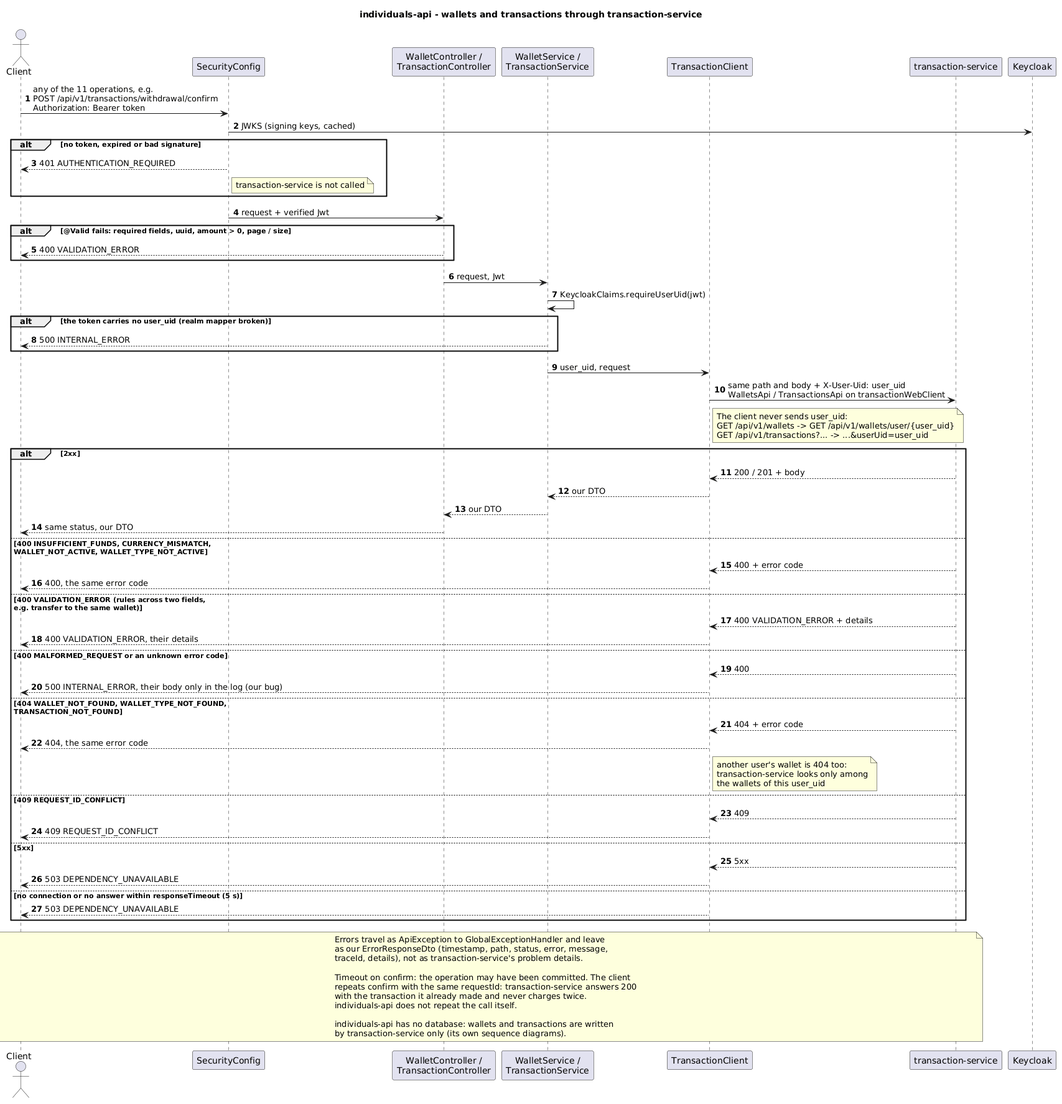
Before: individuals-api/diagrams-c4/png/en/sequence-wallets-transactions.png, a diagram exported from PlantUML (dezxxx/payment-platform).
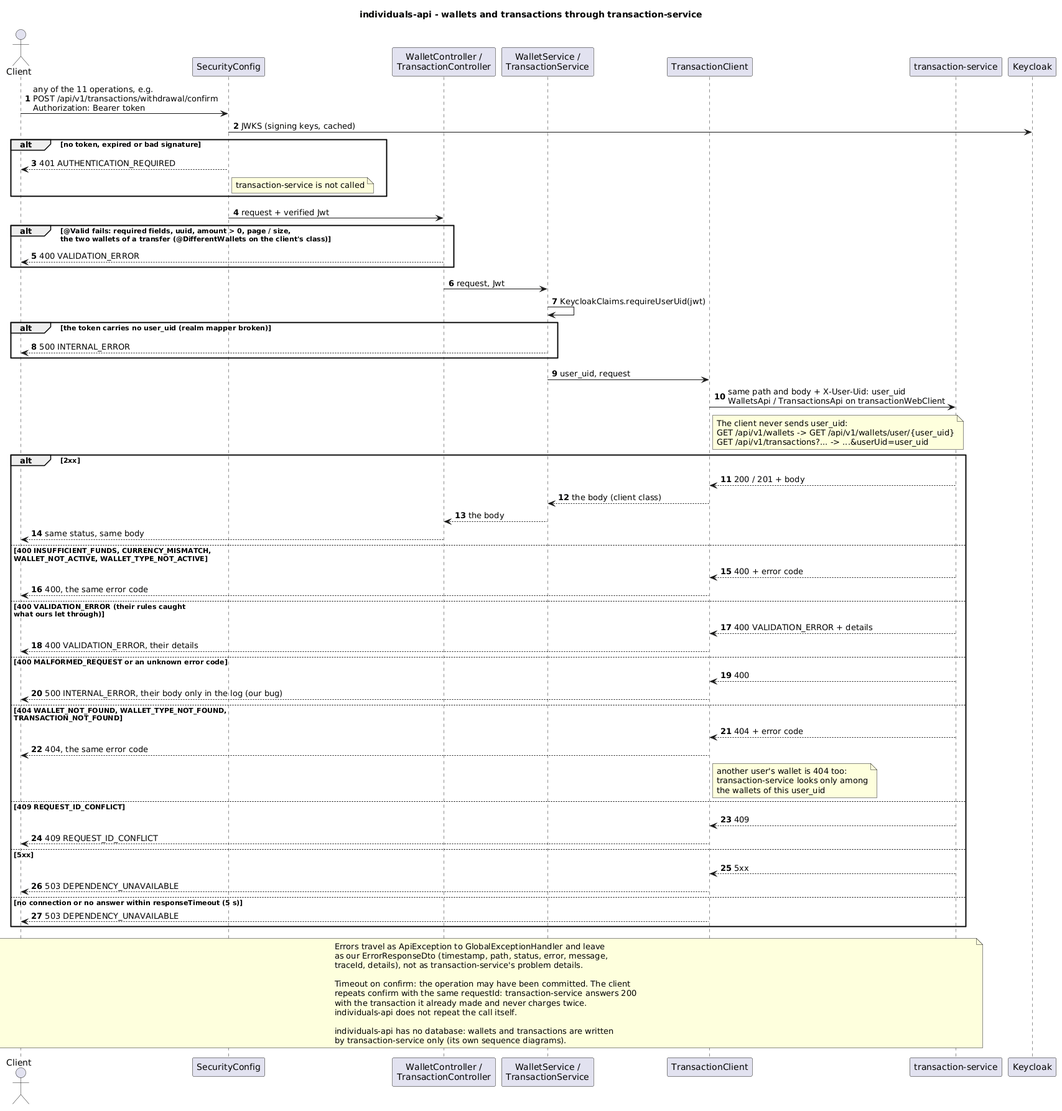
The same diagram one commit later.

Change to the diagram source:
```diff
@@ -20,7 +20,7 @@
 end
 
 Sec -> Ctl : request + verified Jwt
-alt @Valid fails: required fields, uuid, amount > 0, page / size
+alt @Valid fails: required fields, uuid, amount > 0, page / size,\nthe two wallets of a transfer (@DifferentWallets on the client's class)
   Ctl --> Client : 400 VALIDATION_ERROR
 end
 
@@ -40,13 +40,13 @@
 
 alt 2xx
   Tx --> TCl : 200 / 201 + body
-  TCl --> Svc : our DTO
-  Svc --> Ctl : our DTO
-  Ctl --> Client : same status, our DTO
+  TCl --> Svc : the body (client class)
+  Svc --> Ctl : the body
+  Ctl --> Client : same status, same body
 else 400 INSUFFICIENT_FUNDS, CURRENCY_MISMATCH,\nWALLET_NOT_ACTIVE, WALLET_TYPE_NOT_ACTIVE
   Tx --> TCl : 400 + error code
   TCl --> Client : 400, the same error code
-else 400 VALIDATION_ERROR (rules across two fields,\ne.g. transfer to the same wallet)
+else 400 VALIDATION_ERROR (their rules caught\nwhat ours let through)
   Tx --> TCl : 400 VALIDATION_ERROR + details
   TCl --> Client : 400 VALIDATION_ERROR, their details
 else 400 MALFORMED_REQUEST or an unknown error code
```
